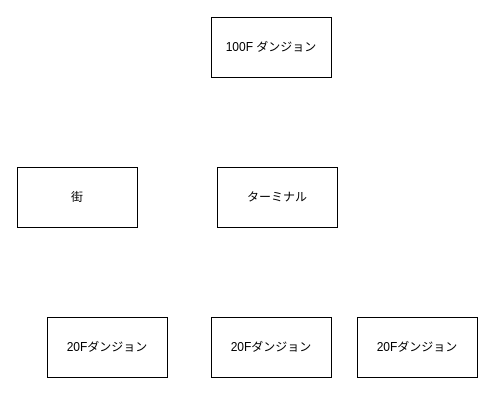
kijimaD/digger_rs keeps this draw.io diagram as page "ステージLC" (1 of 7) of digger.drawio. Above is the earlier version. Source tidied: cells renumbered, new cells numbered last; positions are measured from the earlier drawing's top-left corner, leaving out a move shared by most shapes. Both pictures are drawn from the tidied source at 100%, with x=0, y=0 at pixel (17, 17).
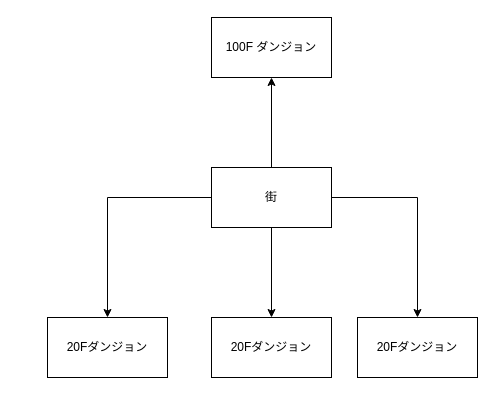
After the change.

Change to the diagram source:
```diff
@@
 <mxGraphModel>
   <root>
     <mxCell id="0" />
     <mxCell id="1" parent="0" />
+    <mxCell id="8" style="edgeStyle=orthogonalEdgeStyle;rounded=0;jettySize=auto;html=1;" parent="1" edge="1" source="2" target="4">
+      <mxGeometry relative="1" as="geometry" />
+    </mxCell>
+    <mxCell id="9" style="edgeStyle=orthogonalEdgeStyle;rounded=0;jettySize=auto;html=1;" parent="1" edge="1" source="2" target="6">
+      <mxGeometry relative="1" as="geometry" />
+    </mxCell>
+    <mxCell id="10" style="edgeStyle=orthogonalEdgeStyle;rounded=0;jettySize=auto;html=1;entryX=0.5;entryY=0;entryDx=0;entryDy=0;" parent="1" edge="1" source="2" target="5">
+      <mxGeometry relative="1" as="geometry" />
+    </mxCell>
+    <mxCell id="11" style="edgeStyle=orthogonalEdgeStyle;rounded=0;jettySize=auto;html=1;" parent="1" edge="1" source="2" target="7">
+      <mxGeometry relative="1" as="geometry" />
+    </mxCell>
     <mxCell id="2" value="街" style="rounded=0;whiteSpace=wrap;html=1;" parent="1" vertex="1">
-      <mxGeometry y="150" width="120" height="60" as="geometry" />
+      <mxGeometry x="194" y="150" width="120" height="60" as="geometry" />
     </mxCell>
-    <mxCell id="3" value="ターミナル" style="whiteSpace=wrap;html=1;" parent="1" vertex="1">
-      <mxGeometry x="200" y="150" width="120" height="60" as="geometry" />
-    </mxCell>
     <mxCell id="4" value="100F ダンジョン" style="whiteSpace=wrap;html=1;" parent="1" vertex="1">
       <mxGeometry x="194" width="120" height="60" as="geometry" />
     </mxCell>
     <mxCell id="5" value="20Fダンジョン" style="whiteSpace=wrap;html=1;" parent="1" vertex="1">
       <mxGeometry x="194" y="300" width="120" height="60" as="geometry" />
     </mxCell>
     <mxCell id="6" value="20Fダンジョン" style="whiteSpace=wrap;html=1;" parent="1" vertex="1">
       <mxGeometry x="30" y="300" width="120" height="60" as="geometry" />
     </mxCell>
     <mxCell id="7" value="20Fダンジョン" style="whiteSpace=wrap;html=1;" parent="1" vertex="1">
       <mxGeometry x="340" y="300" width="120" height="60" as="geometry" />
     </mxCell>
   </root>
 </mxGraphModel>
```
